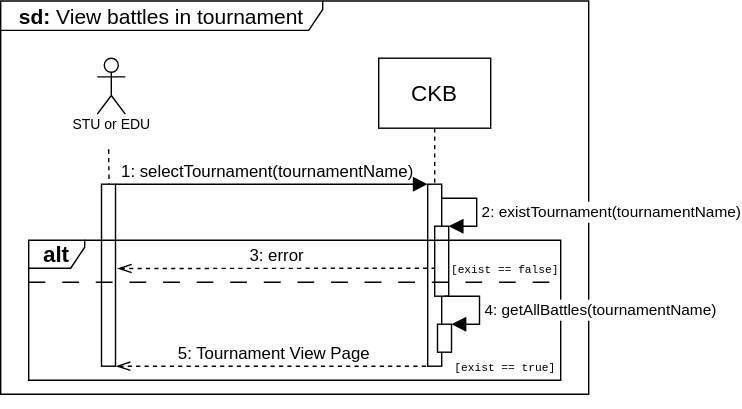
Before: RASD/images/sequence_diagrams/.svg/View_Battles_in_Tournament.svg, a diagram exported from draw.io (pontig/sw-eng-2-PasiniPontiggiaStasi). Source tidied: cells renumbered, new cells last; positions are measured from the earlier drawing's top-left corner, leaving out a move shared by most shapes. The source it was exported from:
```xml
<mxGraphModel>
  <root>
    <mxCell id="0" />
    <mxCell id="1" parent="0" />
    <mxCell id="2" style="endArrow=none;html=1;rounded=0;fontSize=12;startSize=8;endSize=8;curved=1;dashed=1;entryX=0.476;entryY=1.12;entryDx=0;entryDy=0;entryPerimeter=0;" parent="1" edge="1" target="6">
      <mxGeometry relative="1" as="geometry">
        <mxPoint x="78" y="181" as="sourcePoint" />
      </mxGeometry>
    </mxCell>
    <mxCell id="3" value="CKB" style="shape=umlLifeline;perimeter=lifelinePerimeter;whiteSpace=wrap;html=1;newEdgeStyle={&quot;edgeStyle&quot;:&quot;elbowEdgeStyle&quot;,&quot;elbow&quot;:&quot;vertical&quot;,&quot;curved&quot;:0,&quot;rounded&quot;:0};fontSize=16;size=50;" parent="1" vertex="1">
      <mxGeometry x="270" y="41" width="80" height="220" as="geometry" />
    </mxCell>
    <mxCell id="4" style="html=1;perimeter=orthogonalPerimeter;targetShapes=umlLifeline;newEdgeStyle={&quot;curved&quot;:0,&quot;rounded&quot;:0};fontSize=16;" parent="3" vertex="1">
      <mxGeometry x="35" y="90" width="10" height="130" as="geometry" />
    </mxCell>
    <mxCell id="5" style="shape=umlActor;verticalLabelPosition=bottom;verticalAlign=top;html=1;fontSize=16;" parent="1" vertex="1">
      <mxGeometry x="69" y="41" width="20" height="40" as="geometry" />
    </mxCell>
    <mxCell id="6" value="&lt;font style=&quot;font-size: 10px;&quot;&gt;STU or EDU&lt;/font&gt;" style="text;html=1;align=center;verticalAlign=middle;points=[];strokeColor=none;fillColor=none;fontSize=16;" parent="1" vertex="1">
      <mxGeometry x="39" y="71" width="80" height="30" as="geometry" />
    </mxCell>
    <mxCell id="7" value="&lt;font style=&quot;font-size: 15px;&quot;&gt;&lt;b&gt;sd: &lt;/b&gt;View battles in tournament&lt;/font&gt;" style="shape=umlFrame;whiteSpace=wrap;html=1;fontSize=16;width=230;height=21;" parent="1" vertex="1">
      <mxGeometry y="0.2" width="420" height="280.8" as="geometry" />
    </mxCell>
    <mxCell id="8" style="html=1;perimeter=orthogonalPerimeter;targetShapes=umlLifeline;newEdgeStyle={&quot;curved&quot;:0,&quot;rounded&quot;:0};fontSize=16;" parent="1" vertex="1">
      <mxGeometry x="72" y="131" width="10" height="130" as="geometry" />
    </mxCell>
    <mxCell id="9" style="html=1;align=left;spacingLeft=2;endArrow=block;rounded=0;edgeStyle=orthogonalEdgeStyle;curved=0;rounded=0;fontSize=12;startSize=8;endSize=8;" parent="1" edge="1">
      <mxGeometry x="-0.61" y="10" relative="1" as="geometry">
        <mxPoint x="82" y="131" as="sourcePoint" />
        <mxPoint x="305" y="131" as="targetPoint" />
        <Array as="points">
          <mxPoint x="140" y="131" />
          <mxPoint x="140" y="131" />
        </Array>
      </mxGeometry>
    </mxCell>
    <mxCell id="10" value="1: selectTournament(tournamentName)&amp;nbsp;" style="text;html=1;align=center;verticalAlign=middle;strokeColor=none;fillColor=none;" parent="1" vertex="1">
      <mxGeometry x="72" y="107" width="240" height="30" as="geometry" />
    </mxCell>
    <mxCell id="11" value="5: Tournament View Page" style="html=1;verticalAlign=bottom;endArrow=none;curved=0;rounded=0;fontSize=12;startSize=8;endSize=8;dashed=1;startArrow=openThin;startFill=0;endFill=0;" parent="1" edge="1">
      <mxGeometry relative="1" as="geometry">
        <mxPoint x="82.5" y="261" as="sourcePoint" />
        <mxPoint x="305.5" y="261" as="targetPoint" />
        <Array as="points">
          <mxPoint x="298" y="261" />
        </Array>
      </mxGeometry>
    </mxCell>
    <mxCell id="12" style="html=1;points=[[0,0,0,0,5],[0,1,0,0,-5],[1,0,0,0,5],[1,1,0,0,-5]];perimeter=orthogonalPerimeter;outlineConnect=0;targetShapes=umlLifeline;portConstraint=eastwest;newEdgeStyle={&quot;curved&quot;:0,&quot;rounded&quot;:0};fontSize=16;" parent="1" vertex="1">
      <mxGeometry x="310" y="161" width="10" height="50" as="geometry" />
    </mxCell>
    <mxCell id="13" value="&lt;font style=&quot;font-size: 11px;&quot;&gt;2: existTournament(tournamentName)&lt;/font&gt;" style="html=1;align=left;spacingLeft=2;endArrow=block;rounded=0;edgeStyle=orthogonalEdgeStyle;curved=0;rounded=0;fontSize=12;startSize=8;endSize=8;" parent="1" edge="1" target="12">
      <mxGeometry x="0.08" relative="1" as="geometry">
        <mxPoint x="315" y="141" as="sourcePoint" />
        <Array as="points">
          <mxPoint x="340" y="141" />
          <mxPoint x="340" y="161" />
        </Array>
      </mxGeometry>
    </mxCell>
    <mxCell id="14" value="&lt;b&gt;alt&lt;/b&gt;" style="shape=umlFrame;whiteSpace=wrap;html=1;fontSize=16;width=40;height=20;" parent="1" vertex="1">
      <mxGeometry x="20" y="171" width="380" height="100" as="geometry" />
    </mxCell>
    <mxCell id="15" value="3: error" style="html=1;verticalAlign=bottom;endArrow=none;curved=0;rounded=0;fontSize=12;startSize=8;endSize=8;dashed=1;startArrow=openThin;startFill=0;endFill=0;" parent="1" edge="1" target="12">
      <mxGeometry relative="1" as="geometry">
        <mxPoint x="83.5" y="191.2" as="sourcePoint" />
        <Array as="points">
          <mxPoint x="299" y="191" />
        </Array>
      </mxGeometry>
    </mxCell>
    <mxCell id="16" style="endArrow=none;html=1;rounded=0;fontSize=12;startSize=8;endSize=8;curved=1;dashed=1;dashPattern=12 12;" parent="1" edge="1">
      <mxGeometry relative="1" as="geometry">
        <mxPoint x="20" y="201" as="sourcePoint" />
        <mxPoint x="400" y="201" as="targetPoint" />
      </mxGeometry>
    </mxCell>
    <mxCell id="17" style="html=1;points=[[0,0,0,0,5],[0,1,0,0,-5],[1,0,0,0,5],[1,1,0,0,-5]];perimeter=orthogonalPerimeter;outlineConnect=0;targetShapes=umlLifeline;portConstraint=eastwest;newEdgeStyle={&quot;curved&quot;:0,&quot;rounded&quot;:0};fontSize=16;" parent="1" vertex="1">
      <mxGeometry x="312" y="231" width="10" height="20" as="geometry" />
    </mxCell>
    <mxCell id="18" value="&lt;font style=&quot;font-size: 11px;&quot;&gt;4: getAllBattles(tournamentName)&lt;/font&gt;" style="html=1;align=left;spacingLeft=2;endArrow=block;rounded=0;edgeStyle=orthogonalEdgeStyle;curved=0;rounded=0;fontSize=12;startSize=8;endSize=8;" parent="1" edge="1" target="17">
      <mxGeometry x="0.08" relative="1" as="geometry">
        <mxPoint x="317" y="211" as="sourcePoint" />
        <Array as="points">
          <mxPoint x="342" y="211" />
          <mxPoint x="342" y="231" />
        </Array>
      </mxGeometry>
    </mxCell>
    <mxCell id="19" value="&lt;pre&gt;&lt;font style=&quot;font-size: 8px;&quot;&gt;[exist == false]&lt;/font&gt;&lt;/pre&gt;" style="text;html=1;align=center;verticalAlign=middle;strokeColor=none;fillColor=none;fontSize=16;" parent="1" vertex="1">
      <mxGeometry x="315" y="161" width="90" height="60" as="geometry" />
    </mxCell>
    <mxCell id="20" value="&lt;pre&gt;&lt;font style=&quot;font-size: 8px;&quot;&gt;[exist == true]&lt;/font&gt;&lt;/pre&gt;" style="text;html=1;align=center;verticalAlign=middle;strokeColor=none;fillColor=none;fontSize=16;" parent="1" vertex="1">
      <mxGeometry x="315" y="231" width="90" height="60" as="geometry" />
    </mxCell>
  </root>
</mxGraphModel>
```
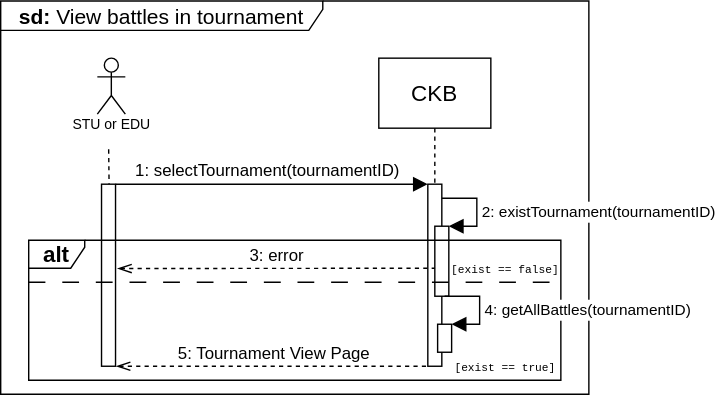
Later version of the same file.

What changed in the source:
```diff
@@ -35,8 +35,8 @@
         </Array>
       </mxGeometry>
     </mxCell>
-    <mxCell id="10" value="1: selectTournament(tournamentName)&amp;nbsp;" style="text;html=1;align=center;verticalAlign=middle;strokeColor=none;fillColor=none;" parent="1" vertex="1">
-      <mxGeometry x="72" y="107" width="240" height="30" as="geometry" />
+    <mxCell id="10" value="1: selectTournament(tournamentID)&amp;nbsp;" style="text;html=1;align=center;verticalAlign=middle;strokeColor=none;fillColor=none;" parent="1" vertex="1">
+      <mxGeometry x="82" y="107" width="220" height="30" as="geometry" />
     </mxCell>
     <mxCell id="11" value="5: Tournament View Page" style="html=1;verticalAlign=bottom;endArrow=none;curved=0;rounded=0;fontSize=12;startSize=8;endSize=8;dashed=1;startArrow=openThin;startFill=0;endFill=0;" parent="1" edge="1">
       <mxGeometry relative="1" as="geometry">
@@ -50,7 +50,7 @@
     <mxCell id="12" style="html=1;points=[[0,0,0,0,5],[0,1,0,0,-5],[1,0,0,0,5],[1,1,0,0,-5]];perimeter=orthogonalPerimeter;outlineConnect=0;targetShapes=umlLifeline;portConstraint=eastwest;newEdgeStyle={&quot;curved&quot;:0,&quot;rounded&quot;:0};fontSize=16;" parent="1" vertex="1">
       <mxGeometry x="310" y="161" width="10" height="50" as="geometry" />
     </mxCell>
-    <mxCell id="13" value="&lt;font style=&quot;font-size: 11px;&quot;&gt;2: existTournament(tournamentName)&lt;/font&gt;" style="html=1;align=left;spacingLeft=2;endArrow=block;rounded=0;edgeStyle=orthogonalEdgeStyle;curved=0;rounded=0;fontSize=12;startSize=8;endSize=8;" parent="1" edge="1" target="12">
+    <mxCell id="13" value="&lt;font style=&quot;font-size: 11px;&quot;&gt;2: existTournament(tournamentID)&lt;/font&gt;" style="html=1;align=left;spacingLeft=2;endArrow=block;rounded=0;edgeStyle=orthogonalEdgeStyle;curved=0;rounded=0;fontSize=12;startSize=8;endSize=8;" parent="1" edge="1" target="12">
       <mxGeometry x="0.08" relative="1" as="geometry">
         <mxPoint x="315" y="141" as="sourcePoint" />
         <Array as="points">
@@ -79,7 +79,7 @@
     <mxCell id="17" style="html=1;points=[[0,0,0,0,5],[0,1,0,0,-5],[1,0,0,0,5],[1,1,0,0,-5]];perimeter=orthogonalPerimeter;outlineConnect=0;targetShapes=umlLifeline;portConstraint=eastwest;newEdgeStyle={&quot;curved&quot;:0,&quot;rounded&quot;:0};fontSize=16;" parent="1" vertex="1">
       <mxGeometry x="312" y="231" width="10" height="20" as="geometry" />
     </mxCell>
-    <mxCell id="18" value="&lt;font style=&quot;font-size: 11px;&quot;&gt;4: getAllBattles(tournamentName)&lt;/font&gt;" style="html=1;align=left;spacingLeft=2;endArrow=block;rounded=0;edgeStyle=orthogonalEdgeStyle;curved=0;rounded=0;fontSize=12;startSize=8;endSize=8;" parent="1" edge="1" target="17">
+    <mxCell id="18" value="&lt;font style=&quot;font-size: 11px;&quot;&gt;4: getAllBattles(tournamentID)&lt;/font&gt;" style="html=1;align=left;spacingLeft=2;endArrow=block;rounded=0;edgeStyle=orthogonalEdgeStyle;curved=0;rounded=0;fontSize=12;startSize=8;endSize=8;" parent="1" edge="1" target="17">
       <mxGeometry x="0.08" relative="1" as="geometry">
         <mxPoint x="317" y="211" as="sourcePoint" />
         <Array as="points">
```
